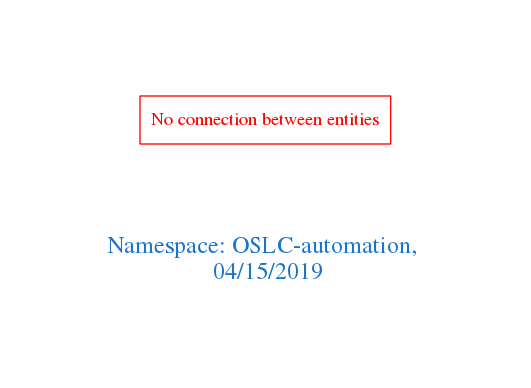
This is downloads/OSLC-automation.png from arago/OGIT, a Graphviz export, as it was before one commit. Its source is kept beside it as downloads/OSLC-automation.dot.
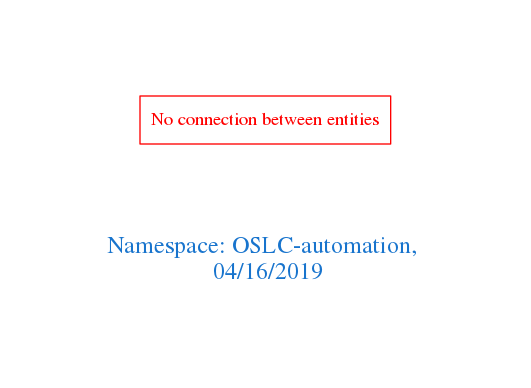
Above is the later version.

The edit, as a diff of the source:
```diff
@@ -1,7 +1,7 @@
 digraph OGIT_ontology {
  graph [ rankdir= LR,pad=1
 fontsize = 18,
-fontcolor= dodgerblue3,label = "\n\n\nNamespace: OSLC-automation, \n 04/15/2019"];
+fontcolor= dodgerblue3,label = "\n\n\nNamespace: OSLC-automation, \n 04/16/2019"];
 node[shape=polygon];
 edge [  color="gray81"];
 
```
